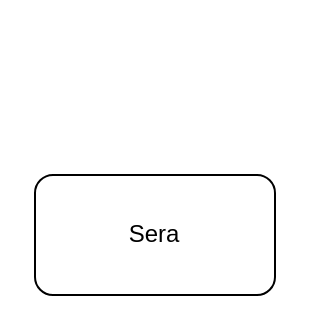
Before: Untitled Diagram.drawio in surfersulver994/Priority, a draw.io diagram. Source tidied: cells renumbered, new cells numbered last; positions are measured from the earlier drawing's top-left corner, leaving out a move shared by most shapes. Both pictures are drawn from the tidied source at 200%, with x=0, y=0 at pixel (34, 174).
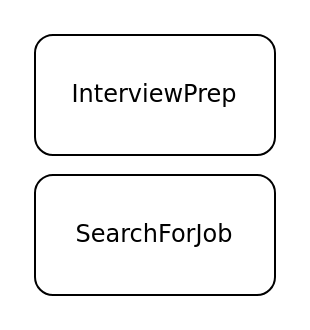
After the change.

The edit, as a diff of the source:
```diff
@@
 <mxGraphModel>
   <root>
     <mxCell id="0" />
     <mxCell id="1" parent="0" />
-    <mxCell id="2" value="Sera" style="rounded=1;whiteSpace=wrap;html=1;" parent="1" vertex="1">
+    <mxCell id="2" value="&lt;font face=&quot;Verdana&quot;&gt;SearchForJob&lt;/font&gt;" style="rounded=1;whiteSpace=wrap;html=1;" parent="1" vertex="1">
       <mxGeometry width="120" height="60" as="geometry" />
     </mxCell>
+    <mxCell id="3" value="&lt;font face=&quot;Verdana&quot;&gt;InterviewPrep&lt;br&gt;&lt;/font&gt;" style="rounded=1;whiteSpace=wrap;html=1;" parent="1" vertex="1">
+      <mxGeometry y="-70" width="120" height="60" as="geometry" />
+    </mxCell>
   </root>
 </mxGraphModel>
```
